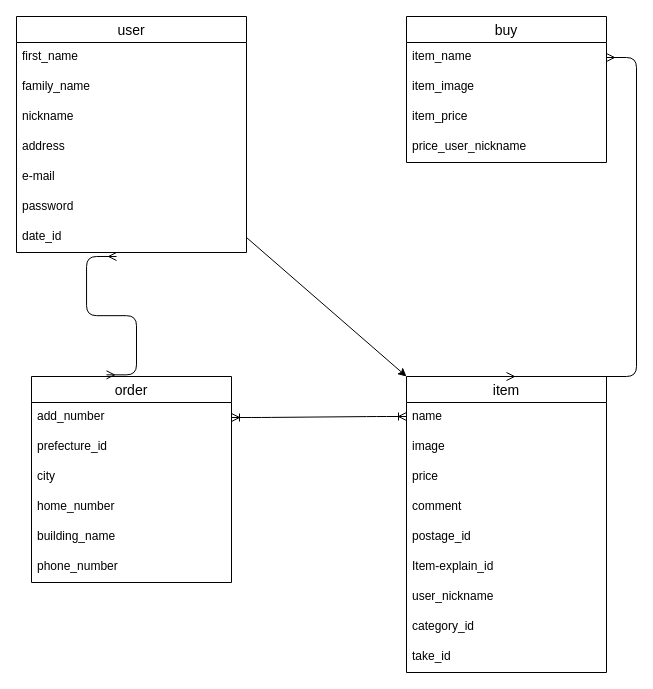
Above: table.dio in kosui3625/furima-40253 (draw.io), before the change. Source tidied: cells renumbered, new cells numbered last; positions are measured from the earlier drawing's top-left corner, leaving out a move shared by most shapes. Both pictures are drawn from the tidied source at 100%, with x=0, y=0 at pixel (16, 16).
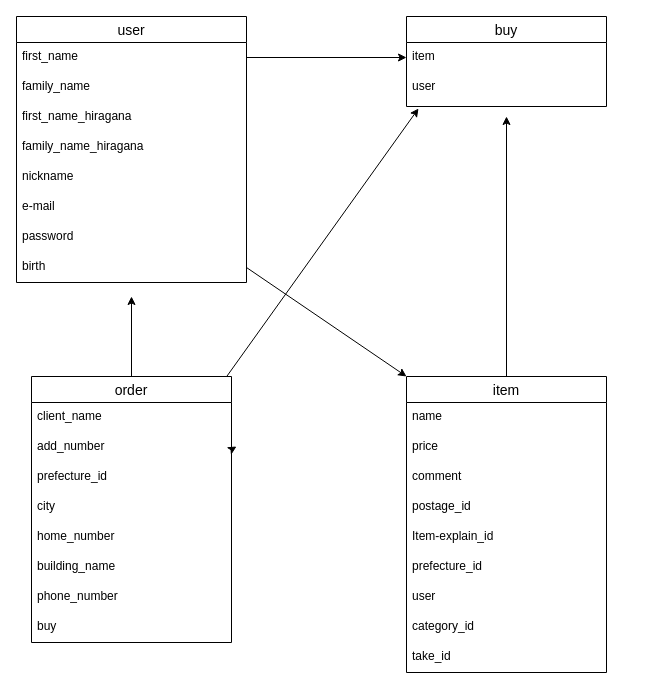
After the change.

The change refers to these unchanged cells:
```xml
<mxCell id="3" value="first_name" style="text;strokeColor=none;fillColor=none;spacingLeft=4;spacingRight=4;overflow=hidden;points=[[0,0.5],[1,0.5]];portConstraint=eastwest;fontSize=12;" parent="2" vertex="1">
  <mxGeometry y="26" width="230" height="30" as="geometry" />
</mxCell>
<mxCell id="10" value="item" style="swimlane;fontStyle=0;horizontal=1;startSize=26;align=center;fontSize=14;" parent="1" vertex="1">
  <mxGeometry x="390" y="360" width="200" height="296" as="geometry" />
</mxCell>
<mxCell id="11" value="name" style="text;strokeColor=none;fillColor=none;spacingLeft=4;spacingRight=4;overflow=hidden;points=[[0,0.5],[1,0.5]];portConstraint=eastwest;fontSize=12;" parent="10" vertex="1">
  <mxGeometry y="26" width="200" height="30" as="geometry" />
</mxCell>
```

The edit, as a diff of the source:
```diff
@@
     <mxCell id="2" value="user" style="swimlane;fontStyle=0;horizontal=1;startSize=26;align=center;fontSize=14;" parent="1" vertex="1">
-      <mxGeometry width="230" height="236" as="geometry" />
+      <mxGeometry width="230" height="266" as="geometry" />
     </mxCell>
@@
+    <mxCell id="37" value="first_name_hiragana" style="text;strokeColor=none;fillColor=none;spacingLeft=4;spacingRight=4;overflow=hidden;fontSize=12;" parent="2" vertex="1">
+      <mxGeometry y="86" width="230" height="30" as="geometry" />
+    </mxCell>
+    <mxCell id="38" value="family_name_hiragana" style="text;strokeColor=none;fillColor=none;spacingLeft=4;spacingRight=4;overflow=hidden;fontSize=12;" parent="2" vertex="1">
+      <mxGeometry y="116" width="230" height="30" as="geometry" />
+    </mxCell>
     <mxCell id="5" value="nickname" style="text;strokeColor=none;fillColor=none;spacingLeft=4;spacingRight=4;overflow=hidden;fontSize=12;" parent="2" vertex="1">
-      <mxGeometry y="86" width="230" height="30" as="geometry" />
+      <mxGeometry y="146" width="230" height="30" as="geometry" />
     </mxCell>
-    <mxCell id="6" value="address" style="text;strokeColor=none;fillColor=none;spacingLeft=4;spacingRight=4;overflow=hidden;fontSize=12;" parent="2" vertex="1">
-      <mxGeometry y="116" width="230" height="30" as="geometry" />
-    </mxCell>
     <mxCell id="7" value="e-mail" style="text;strokeColor=none;fillColor=none;spacingLeft=4;spacingRight=4;overflow=hidden;fontSize=12;" parent="2" vertex="1">
-      <mxGeometry y="146" width="230" height="30" as="geometry" />
+      <mxGeometry y="176" width="230" height="30" as="geometry" />
     </mxCell>
     <mxCell id="8" value="password" style="text;strokeColor=none;fillColor=none;spacingLeft=4;spacingRight=4;overflow=hidden;fontSize=12;" parent="2" vertex="1">
-      <mxGeometry y="176" width="230" height="30" as="geometry" />
+      <mxGeometry y="206" width="230" height="30" as="geometry" />
     </mxCell>
-    <mxCell id="9" value="date_id" style="text;strokeColor=none;fillColor=none;spacingLeft=4;spacingRight=4;overflow=hidden;points=[[0,0.5],[1,0.5]];portConstraint=eastwest;fontSize=12;" parent="2" vertex="1">
-      <mxGeometry y="206" width="230" height="30" as="geometry" />
+    <mxCell id="9" value="birth" style="text;strokeColor=none;fillColor=none;spacingLeft=4;spacingRight=4;overflow=hidden;points=[[0,0.5],[1,0.5]];portConstraint=eastwest;fontSize=12;" parent="2" vertex="1">
+      <mxGeometry y="236" width="230" height="30" as="geometry" />
     </mxCell>
+    <mxCell id="39" style="edgeStyle=none;html=1;exitX=0.5;exitY=0;exitDx=0;exitDy=0;" parent="1" edge="1" source="10">
+      <mxGeometry relative="1" as="geometry">
+        <mxPoint x="490" y="100" as="targetPoint" />
+      </mxGeometry>
+    </mxCell>
@@
-    <mxCell id="12" value="image" style="text;strokeColor=none;fillColor=none;spacingLeft=4;spacingRight=4;overflow=hidden;fontSize=12;" parent="10" vertex="1">
+    <mxCell id="12" value="price" style="text;strokeColor=none;fillColor=none;spacingLeft=4;spacingRight=4;overflow=hidden;fontSize=12;" parent="10" vertex="1">
       <mxGeometry y="56" width="200" height="30" as="geometry" />
     </mxCell>
-    <mxCell id="13" value="price" style="text;strokeColor=none;fillColor=none;spacingLeft=4;spacingRight=4;overflow=hidden;fontSize=12;" parent="10" vertex="1">
+    <mxCell id="13" value="comment" style="text;strokeColor=none;fillColor=none;spacingLeft=4;spacingRight=4;overflow=hidden;fontSize=12;" parent="10" vertex="1">
       <mxGeometry y="86" width="200" height="30" as="geometry" />
     </mxCell>
-    <mxCell id="14" value="comment" style="text;strokeColor=none;fillColor=none;spacingLeft=4;spacingRight=4;overflow=hidden;fontSize=12;" parent="10" vertex="1">
-      <mxGeometry y="116" width="200" height="30" as="geometry" />
-    </mxCell>
     <mxCell id="15" value="postage_id" style="text;strokeColor=none;fillColor=none;spacingLeft=4;spacingRight=4;overflow=hidden;fontSize=12;" parent="10" vertex="1">
-      <mxGeometry y="146" width="200" height="30" as="geometry" />
+      <mxGeometry y="116" width="200" height="30" as="geometry" />
     </mxCell>
     <mxCell id="16" value="Item-explain_id" style="text;strokeColor=none;fillColor=none;spacingLeft=4;spacingRight=4;overflow=hidden;fontSize=12;" parent="10" vertex="1">
-      <mxGeometry y="176" width="200" height="30" as="geometry" />
+      <mxGeometry y="146" width="200" height="30" as="geometry" />
     </mxCell>
+    <mxCell id="14" value="prefecture_id" style="text;strokeColor=none;fillColor=none;spacingLeft=4;spacingRight=4;overflow=hidden;fontSize=12;" parent="10" vertex="1">
+      <mxGeometry y="176" width="200" height="30" as="geometry" />
+    </mxCell>
-    <mxCell id="17" value="user_nickname" style="text;strokeColor=none;fillColor=none;spacingLeft=4;spacingRight=4;overflow=hidden;fontSize=12;" parent="10" vertex="1">
+    <mxCell id="17" value="user" style="text;strokeColor=none;fillColor=none;spacingLeft=4;spacingRight=4;overflow=hidden;fontSize=12;" parent="10" vertex="1">
       <mxGeometry y="206" width="200" height="30" as="geometry" />
     </mxCell>
@@
+    <mxCell id="40" style="edgeStyle=none;html=1;" parent="1" edge="1" source="20">
+      <mxGeometry relative="1" as="geometry">
+        <mxPoint x="220" y="430" as="targetPoint" />
+      </mxGeometry>
+    </mxCell>
+    <mxCell id="41" style="edgeStyle=none;html=1;" parent="1" edge="1" source="20">
+      <mxGeometry relative="1" as="geometry">
+        <mxPoint x="115" y="280" as="targetPoint" />
+      </mxGeometry>
+    </mxCell>
     <mxCell id="20" value="order" style="swimlane;fontStyle=0;horizontal=1;startSize=26;align=center;fontSize=14;" parent="1" vertex="1">
-      <mxGeometry x="15" y="360" width="200" height="206" as="geometry" />
+      <mxGeometry x="15" y="360" width="200" height="266" as="geometry" />
     </mxCell>
@@
+    <mxCell id="42" value="client_name" style="text;strokeColor=none;fillColor=none;spacingLeft=4;spacingRight=4;overflow=hidden;fontSize=12;" parent="20" vertex="1">
+      <mxGeometry y="26" width="200" height="30" as="geometry" />
+    </mxCell>
     <mxCell id="22" value="add_number" style="text;strokeColor=none;fillColor=none;spacingLeft=4;spacingRight=4;overflow=hidden;points=[[0,0.5],[1,0.5]];portConstraint=eastwest;fontSize=12;" parent="20" vertex="1">
-      <mxGeometry y="26" width="200" height="30" as="geometry" />
+      <mxGeometry y="56" width="200" height="30" as="geometry" />
     </mxCell>
     <mxCell id="23" value="prefecture_id" style="text;strokeColor=none;fillColor=none;spacingLeft=4;spacingRight=4;overflow=hidden;fontSize=12;" parent="20" vertex="1">
-      <mxGeometry y="56" width="200" height="30" as="geometry" />
+      <mxGeometry y="86" width="200" height="30" as="geometry" />
     </mxCell>
     <mxCell id="24" value="city" style="text;strokeColor=none;fillColor=none;spacingLeft=4;spacingRight=4;overflow=hidden;fontSize=12;" parent="20" vertex="1">
-      <mxGeometry y="86" width="200" height="30" as="geometry" />
+      <mxGeometry y="116" width="200" height="30" as="geometry" />
     </mxCell>
     <mxCell id="25" value="home_number" style="text;strokeColor=none;fillColor=none;spacingLeft=4;spacingRight=4;overflow=hidden;fontSize=12;" parent="20" vertex="1">
-      <mxGeometry y="116" width="200" height="30" as="geometry" />
+      <mxGeometry y="146" width="200" height="30" as="geometry" />
     </mxCell>
     <mxCell id="26" value="building_name" style="text;strokeColor=none;fillColor=none;spacingLeft=4;spacingRight=4;overflow=hidden;fontSize=12;" parent="20" vertex="1">
-      <mxGeometry y="146" width="200" height="30" as="geometry" />
+      <mxGeometry y="176" width="200" height="30" as="geometry" />
     </mxCell>
     <mxCell id="27" value="phone_number" style="text;strokeColor=none;fillColor=none;spacingLeft=4;spacingRight=4;overflow=hidden;fontSize=12;" parent="20" vertex="1">
-      <mxGeometry y="176" width="200" height="30" as="geometry" />
+      <mxGeometry y="206" width="200" height="30" as="geometry" />
     </mxCell>
+    <mxCell id="43" value="buy" style="text;strokeColor=none;fillColor=none;spacingLeft=4;spacingRight=4;overflow=hidden;fontSize=12;" parent="20" vertex="1">
+      <mxGeometry y="236" width="200" height="30" as="geometry" />
+    </mxCell>
     <mxCell id="28" value="buy" style="swimlane;fontStyle=0;horizontal=1;startSize=26;align=center;fontSize=14;" parent="1" vertex="1">
-      <mxGeometry x="390" width="200" height="146" as="geometry" />
+      <mxGeometry x="390" width="200" height="90" as="geometry" />
     </mxCell>
-    <mxCell id="29" value="item_name" style="text;strokeColor=none;fillColor=none;spacingLeft=4;spacingRight=4;overflow=hidden;points=[[0,0.5],[1,0.5]];portConstraint=eastwest;fontSize=12;" parent="28" vertex="1">
+    <mxCell id="29" value="item" style="text;strokeColor=none;fillColor=none;spacingLeft=4;spacingRight=4;overflow=hidden;points=[[0,0.5],[1,0.5]];portConstraint=eastwest;fontSize=12;" parent="28" vertex="1">
       <mxGeometry y="26" width="200" height="30" as="geometry" />
     </mxCell>
-    <mxCell id="30" value="item_image" style="text;strokeColor=none;fillColor=none;spacingLeft=4;spacingRight=4;overflow=hidden;points=[[0,0.5],[1,0.5]];portConstraint=eastwest;fontSize=12;" parent="28" vertex="1">
-      <mxGeometry y="56" width="200" height="30" as="geometry" />
+    <mxCell id="30" value="user" style="text;strokeColor=none;fillColor=none;spacingLeft=4;spacingRight=4;overflow=hidden;points=[[0,0.5],[1,0.5]];portConstraint=eastwest;fontSize=12;" parent="28" vertex="1">
+      <mxGeometry y="56" width="200" height="34" as="geometry" />
     </mxCell>
-    <mxCell id="31" value="item_price" style="text;strokeColor=none;fillColor=none;spacingLeft=4;spacingRight=4;overflow=hidden;fontSize=12;" parent="28" vertex="1">
-      <mxGeometry y="86" width="200" height="30" as="geometry" />
-    </mxCell>
-    <mxCell id="32" value="price_user_nickname" style="text;strokeColor=none;fillColor=none;spacingLeft=4;spacingRight=4;overflow=hidden;fontSize=12;" parent="28" vertex="1">
-      <mxGeometry y="116" width="200" height="30" as="geometry" />
-    </mxCell>
-    <mxCell id="33" style="edgeStyle=entityRelationEdgeStyle;fontSize=12;html=1;endArrow=ERoneToMany;startArrow=ERoneToMany;entryX=0;entryY=0.467;entryDx=0;entryDy=0;entryPerimeter=0;exitX=1;exitY=0.5;exitDx=0;exitDy=0;" parent="1" edge="1" source="22" target="11">
-      <mxGeometry relative="1" as="geometry" />
-    </mxCell>
-    <mxCell id="34" style="edgeStyle=entityRelationEdgeStyle;fontSize=12;html=1;endArrow=ERmany;startArrow=ERmany;entryX=0.435;entryY=1.133;entryDx=0;entryDy=0;entryPerimeter=0;exitX=0.375;exitY=-0.008;exitDx=0;exitDy=0;exitPerimeter=0;" parent="1" edge="1" source="20" target="9">
-      <mxGeometry relative="1" as="geometry" />
-    </mxCell>
-    <mxCell id="35" style="edgeStyle=entityRelationEdgeStyle;fontSize=12;html=1;endArrow=ERmany;startArrow=ERmany;entryX=0.5;entryY=0;entryDx=0;entryDy=0;" parent="1" edge="1" source="29" target="10">
-      <mxGeometry relative="1" as="geometry" />
-    </mxCell>
@@
+    <mxCell id="44" style="edgeStyle=none;html=1;entryX=0;entryY=0.5;entryDx=0;entryDy=0;" parent="1" edge="1" source="3" target="29">
+      <mxGeometry relative="1" as="geometry" />
+    </mxCell>
+    <mxCell id="45" style="edgeStyle=none;html=1;entryX=0.06;entryY=1.059;entryDx=0;entryDy=0;entryPerimeter=0;" parent="1" edge="1" source="20" target="30">
+      <mxGeometry relative="1" as="geometry" />
+    </mxCell>
```
